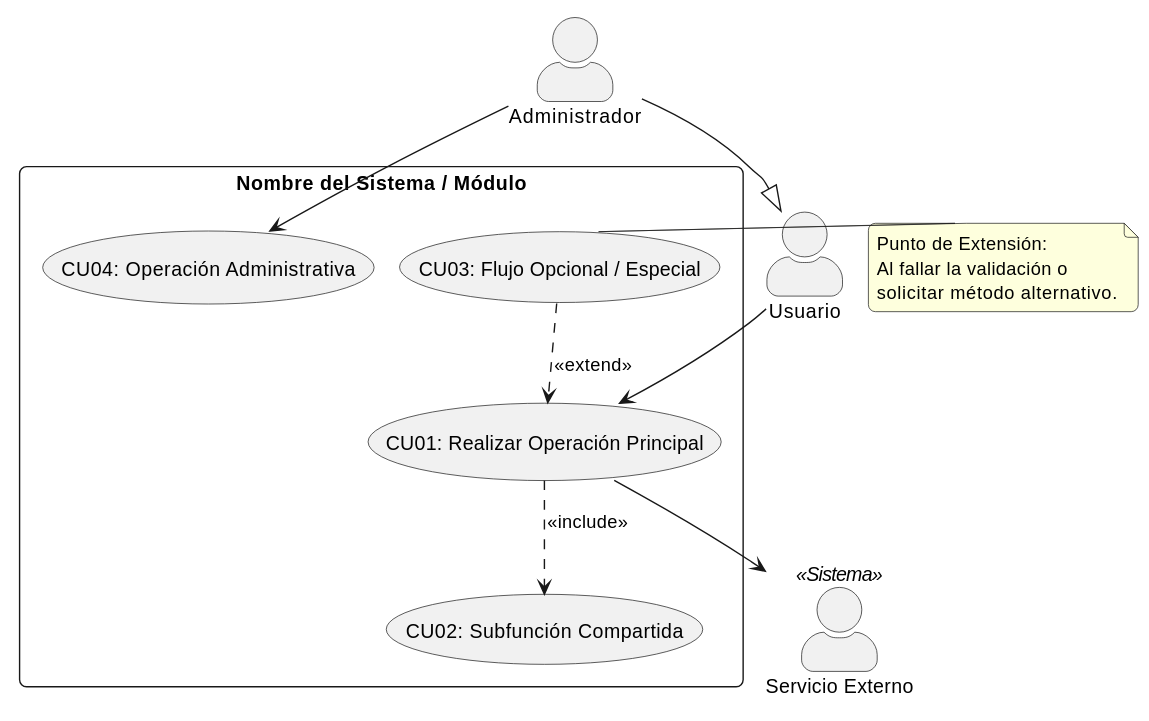
Earlier version of the PlantUML export casos-de-uso/plantillas/plantilla_caso_uso.svg (sandobaitt/dsi-2026).
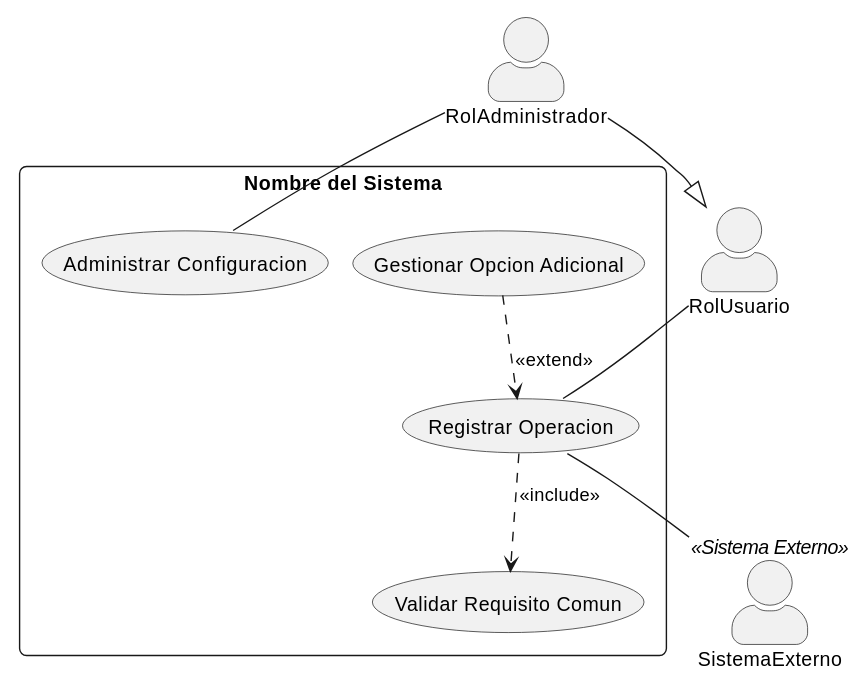
Later version of the same file.

The edit, as a diff of the source:
```diff
@@ -7,33 +7,25 @@
 skinparam actorStyle awesome
 
 
-actor "Usuario" as ActPrimario
-actor "Administrador" as ActAdmin
-
-actor "Servicio Externo" as ActSecundario <<Sistema>>
+actor "RolUsuario" as ActPrimario
+actor "RolAdministrador" as ActAdmin
+actor "SistemaExterno" as ActSecundario <<Sistema Externo>>
 
 ActAdmin --|> ActPrimario
 
-rectangle "Nombre del Sistema / Módulo" {
+rectangle "Nombre del Sistema" {
 
-    usecase "CU01: Realizar Operación Principal" as CU01
-    usecase "CU02: Subfunción Compartida" as CU02
-    usecase "CU03: Flujo Opcional / Especial" as CU03
-    usecase "CU04: Operación Administrativa" as CU04
+    usecase "Registrar Operacion" as CU01
+    usecase "Validar Requisito Comun" as CU02
+    usecase "Gestionar Opcion Adicional" as CU03
+    usecase "Administrar Configuracion" as CU04
 
     CU01 ..> CU02 : <<include>>
-
     CU03 ..> CU01 : <<extend>>
 }
 
-ActPrimario --> CU01
-ActAdmin --> CU04
+ActPrimario -- CU01
+ActAdmin -- CU04
 
-CU01 --> ActSecundario
-
-note right of CU03
-  Punto de Extensión:
-  Al fallar la validación o
-  solicitar método alternativo.
-end note
+CU01 -- ActSecundario
 @enduml
```
